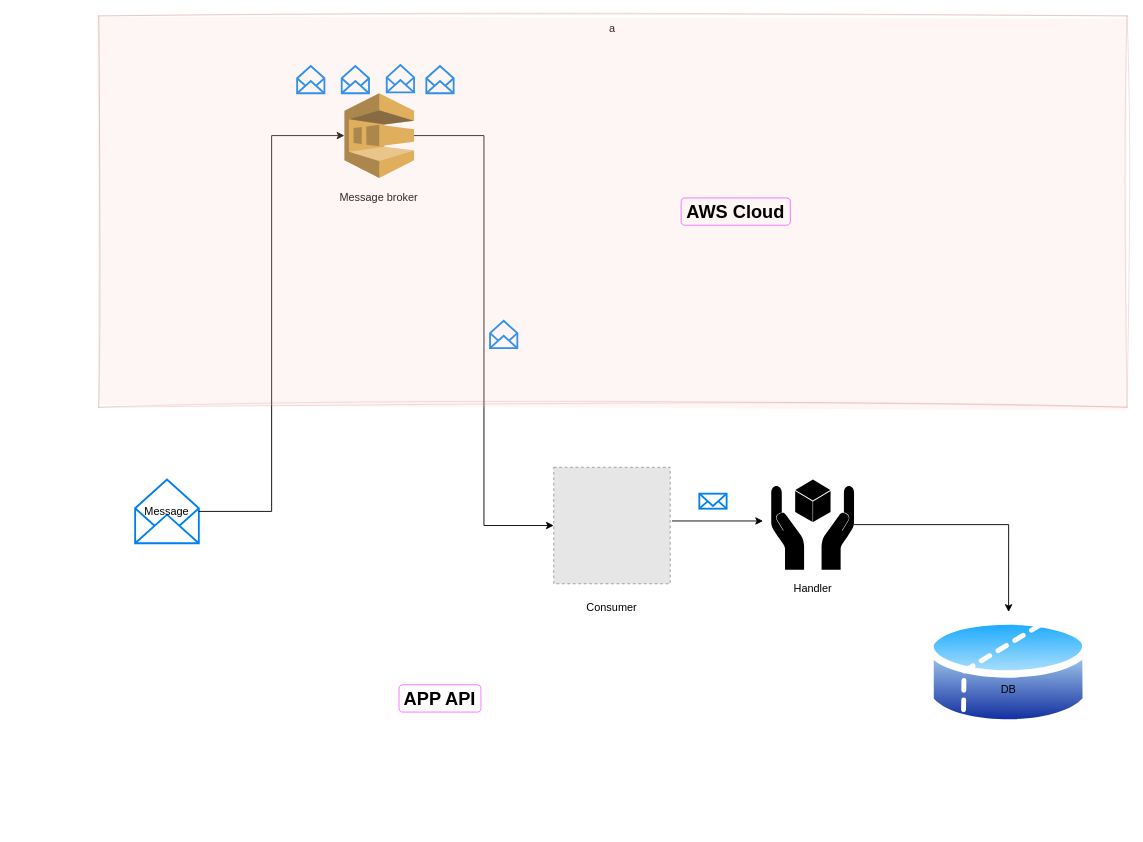
Before: Untitled Diagram.drawio in najmi9/acceleration-calculator, a draw.io diagram. Source tidied: cells renumbered, new cells numbered last; positions are measured from the earlier drawing's top-left corner, leaving out a move shared by most shapes. Both pictures are drawn from the tidied source at 91%, with x=0, y=0 at pixel (97, 15). Pictures stored in the file or linked from it are replaced by grey dashed boxes.
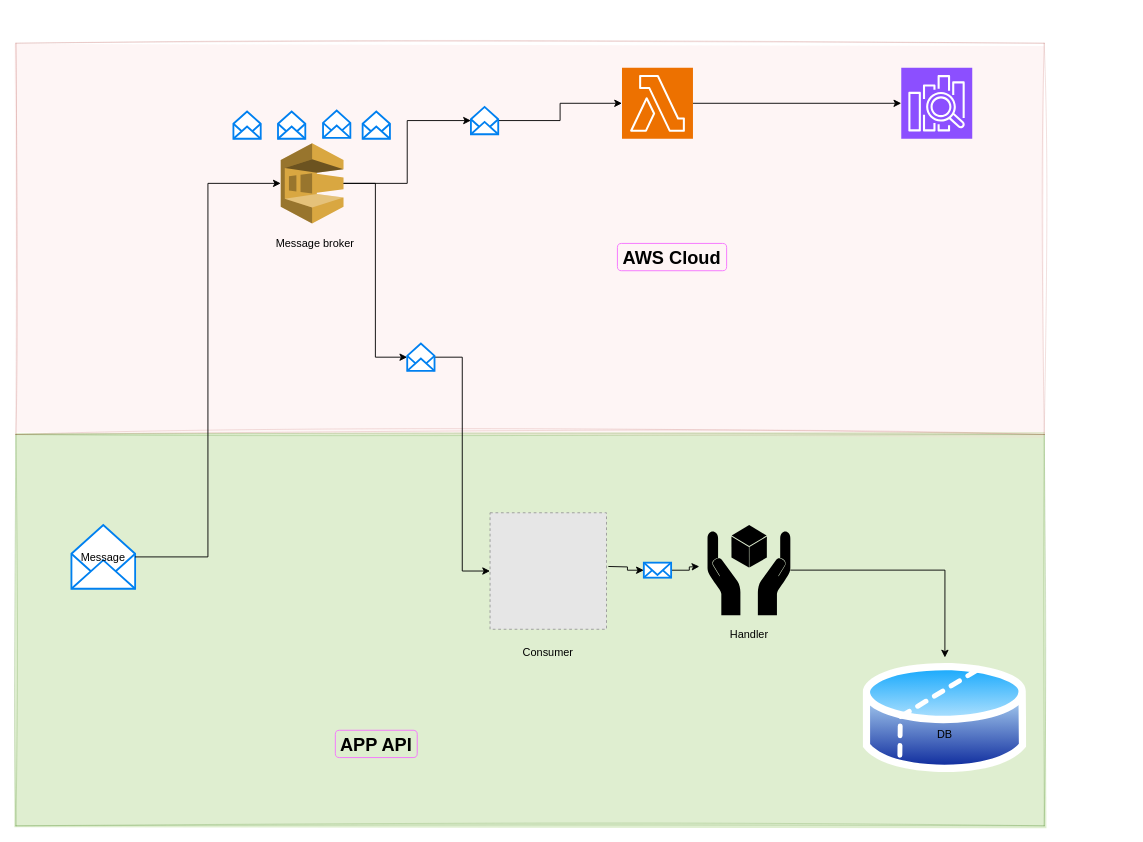
Above is the later version.

Diff of the diagram source:
```diff
@@
-    <mxCell id="2" value="a" style="group;" parent="1" vertex="1">
-      <mxGeometry width="1131" height="865" as="geometry" />
-    </mxCell>
+    <mxCell id="26" style="rounded=0;whiteSpace=wrap;html=1;fillColor=#60a917;shadow=0;glass=0;sketch=1;curveFitting=1;jiggle=2;fillStyle=solid;strokeColor=#2D7600;opacity=20;fontColor=#ffffff;" parent="1" vertex="1">
+      <mxGeometry x="-90" y="460" width="1130" height="430" as="geometry" />
+    </mxCell>
+    <mxCell id="23" style="rounded=0;whiteSpace=wrap;html=1;fillColor=#f8cecc;shadow=0;glass=0;sketch=1;curveFitting=1;jiggle=2;fillStyle=solid;strokeColor=#b85450;opacity=20;" parent="1" vertex="1">
+      <mxGeometry x="-90" y="30" width="1130" height="430" as="geometry" />
+    </mxCell>
-    <mxCell id="3" style="html=1;verticalLabelPosition=bottom;align=center;labelBackgroundColor=#ffffff;verticalAlign=top;strokeWidth=2;strokeColor=#0080F0;shadow=0;dashed=0;shape=mxgraph.ios7.icons.envelope_(empty);" parent="2" vertex="1">
-      <mxGeometry x="41" y="509.5" width="70" height="70" as="geometry" />
+    <mxCell id="3" style="html=1;verticalLabelPosition=bottom;align=center;labelBackgroundColor=#ffffff;verticalAlign=top;strokeWidth=2;strokeColor=#0080F0;shadow=0;dashed=0;shape=mxgraph.ios7.icons.envelope_(empty);" parent="1" vertex="1">
+      <mxGeometry x="-29" y="559.5" width="70" height="70" as="geometry" />
     </mxCell>
-    <mxCell id="4" style="outlineConnect=0;dashed=0;verticalLabelPosition=bottom;verticalAlign=top;align=center;html=1;shape=mxgraph.aws3.sqs;fillColor=#D9A741;gradientColor=none;" parent="2" vertex="1">
-      <mxGeometry x="271" y="85" width="76.5" height="93" as="geometry" />
+    <mxCell id="4" style="outlineConnect=0;dashed=0;verticalLabelPosition=bottom;verticalAlign=top;align=center;html=1;shape=mxgraph.aws3.sqs;fillColor=#D9A741;gradientColor=none;" parent="1" vertex="1">
+      <mxGeometry x="201" y="140" width="69" height="88" as="geometry" />
     </mxCell>
-    <mxCell id="5" value="Message&lt;br&gt;" style="text;strokeColor=none;align=center;fillColor=none;html=1;verticalAlign=middle;whiteSpace=wrap;rounded=0;" parent="2" vertex="1">
-      <mxGeometry x="46" y="530" width="60" height="30" as="geometry" />
+    <mxCell id="5" value="Message&lt;br&gt;" style="text;strokeColor=none;align=center;fillColor=none;html=1;verticalAlign=middle;whiteSpace=wrap;rounded=0;" parent="1" vertex="1">
+      <mxGeometry x="-24" y="580" width="60" height="30" as="geometry" />
     </mxCell>
-    <mxCell id="6" style="edgeStyle=orthogonalEdgeStyle;rounded=0;jettySize=auto;html=1;entryX=0;entryY=0.5;entryDx=0;entryDy=0;entryPerimeter=0;" parent="2" edge="1" source="3" target="4">
+    <mxCell id="6" style="edgeStyle=orthogonalEdgeStyle;rounded=0;jettySize=auto;html=1;entryX=0;entryY=0.5;entryDx=0;entryDy=0;entryPerimeter=0;" parent="1" edge="1" source="3" target="4">
       <mxGeometry relative="1" as="geometry" />
     </mxCell>
-    <mxCell id="7" style="shape=mxgraph.signs.safety.handle_with_care;html=1;fillColor=#000000;strokeColor=none;verticalLabelPosition=bottom;verticalAlign=top;align=center;" parent="2" vertex="1">
-      <mxGeometry x="740" y="509.5" width="91" height="99" as="geometry" />
+    <mxCell id="7" style="shape=mxgraph.signs.safety.handle_with_care;html=1;fillColor=#000000;strokeColor=none;verticalLabelPosition=bottom;verticalAlign=top;align=center;" parent="1" vertex="1">
+      <mxGeometry x="670" y="559.5" width="91" height="99" as="geometry" />
     </mxCell>
-    <mxCell id="8" value="Handler&lt;br&gt;" style="text;strokeColor=none;align=center;fillColor=none;html=1;verticalAlign=middle;whiteSpace=wrap;rounded=0;" parent="2" vertex="1">
-      <mxGeometry x="755.5" y="615" width="60" height="30" as="geometry" />
+    <mxCell id="8" value="Handler&lt;br&gt;" style="text;strokeColor=none;align=center;fillColor=none;html=1;verticalAlign=middle;whiteSpace=wrap;rounded=0;" parent="1" vertex="1">
+      <mxGeometry x="685.5" y="665" width="60" height="30" as="geometry" />
     </mxCell>
-    <mxCell id="9" value="Consumer&lt;br&gt;" style="text;strokeColor=none;align=center;fillColor=none;html=1;verticalAlign=middle;whiteSpace=wrap;rounded=0;" parent="2" vertex="1">
-      <mxGeometry x="535" y="635" width="60" height="30" as="geometry" />
+    <mxCell id="9" value="Consumer&lt;br&gt;" style="text;strokeColor=none;align=center;fillColor=none;html=1;verticalAlign=middle;whiteSpace=wrap;rounded=0;" parent="1" vertex="1">
+      <mxGeometry x="465" y="685" width="60" height="30" as="geometry" />
     </mxCell>
-    <mxCell id="10" style="image;perimeter=ellipsePerimeter;html=1;align=center;shadow=0;dashed=0;spacingTop=3;image=img/lib/active_directory/database_partition_2.svg;" parent="2" vertex="1">
-      <mxGeometry x="911" y="655" width="179.7" height="133" as="geometry" />
+    <mxCell id="10" style="image;perimeter=ellipsePerimeter;html=1;align=center;shadow=0;dashed=0;spacingTop=3;image=img/lib/active_directory/database_partition_2.svg;" parent="1" vertex="1">
+      <mxGeometry x="841" y="705" width="179.7" height="133" as="geometry" />
     </mxCell>
-    <mxCell id="11" style="edgeStyle=orthogonalEdgeStyle;rounded=0;jettySize=auto;html=1;" parent="2" edge="1" source="7" target="10">
+    <mxCell id="11" style="edgeStyle=orthogonalEdgeStyle;rounded=0;jettySize=auto;html=1;" parent="1" edge="1" source="7" target="10">
       <mxGeometry relative="1" as="geometry" />
     </mxCell>
-    <mxCell id="12" value="DB" style="text;strokeColor=none;align=center;fillColor=none;html=1;verticalAlign=middle;whiteSpace=wrap;rounded=0;" parent="2" vertex="1">
-      <mxGeometry x="970.9" y="725" width="60" height="30" as="geometry" />
+    <mxCell id="12" value="DB" style="text;strokeColor=none;align=center;fillColor=none;html=1;verticalAlign=middle;whiteSpace=wrap;rounded=0;" parent="1" vertex="1">
+      <mxGeometry x="900.9" y="775" width="60" height="30" as="geometry" />
     </mxCell>
-    <mxCell id="13" style="fillColor=#E6E6E6;strokeColor=#999999;dashed=1;html=1;verticalAlign=top;verticalLabelPosition=bottom;labelBackgroundColor=#ffffff;" parent="2" vertex="1">
-      <mxGeometry x="501" y="496" width="128" height="128" as="geometry" />
+    <mxCell id="13" style="fillColor=#E6E6E6;strokeColor=#999999;dashed=1;html=1;verticalAlign=top;verticalLabelPosition=bottom;labelBackgroundColor=#ffffff;" parent="1" vertex="1">
+      <mxGeometry x="431" y="546" width="128" height="128" as="geometry" />
     </mxCell>
-    <mxCell id="14" style="edgeStyle=orthogonalEdgeStyle;rounded=0;jettySize=auto;html=1;entryX=0;entryY=0.5;entryDx=0;entryDy=0;" parent="2" edge="1" source="4" target="13">
+    <mxCell id="14" style="edgeStyle=orthogonalEdgeStyle;rounded=0;jettySize=auto;html=1;entryX=0;entryY=0.5;entryDx=0;entryDy=0;" parent="1" edge="1" source="21" target="13">
       <mxGeometry relative="1" as="geometry" />
     </mxCell>
-    <mxCell id="15" style="edgeStyle=orthogonalEdgeStyle;rounded=0;orthogonalLoop=1;jettySize=auto;html=1;" parent="2" edge="1">
+    <mxCell id="15" style="edgeStyle=orthogonalEdgeStyle;rounded=0;jettySize=auto;html=1;" parent="1" edge="1" source="22">
       <mxGeometry relative="1" as="geometry">
-        <mxPoint x="631" y="555" as="sourcePoint" />
-        <mxPoint x="731" y="555" as="targetPoint" />
+        <mxPoint x="661" y="605" as="targetPoint" />
       </mxGeometry>
     </mxCell>
-    <mxCell id="16" value="Message broker&lt;br&gt;" style="text;strokeColor=none;align=center;fillColor=none;html=1;verticalAlign=middle;whiteSpace=wrap;rounded=0;" parent="2" vertex="1">
-      <mxGeometry x="264.2" y="185" width="90" height="30" as="geometry" />
+    <mxCell id="16" value="Message broker&lt;br&gt;" style="text;strokeColor=none;align=center;fillColor=none;html=1;verticalAlign=middle;whiteSpace=wrap;rounded=0;" parent="1" vertex="1">
+      <mxGeometry x="194.2" y="235" width="90" height="30" as="geometry" />
     </mxCell>
-    <mxCell id="17" style="html=1;verticalLabelPosition=bottom;align=center;labelBackgroundColor=#ffffff;verticalAlign=top;strokeWidth=2;strokeColor=#0080F0;shadow=0;dashed=0;shape=mxgraph.ios7.icons.envelope_(empty);" parent="2" vertex="1">
-      <mxGeometry x="219" y="55" width="30" height="30" as="geometry" />
+    <mxCell id="17" style="html=1;verticalLabelPosition=bottom;align=center;labelBackgroundColor=#ffffff;verticalAlign=top;strokeWidth=2;strokeColor=#0080F0;shadow=0;dashed=0;shape=mxgraph.ios7.icons.envelope_(empty);" parent="1" vertex="1">
+      <mxGeometry x="149" y="105" width="30" height="30" as="geometry" />
     </mxCell>
-    <mxCell id="18" style="html=1;verticalLabelPosition=bottom;align=center;labelBackgroundColor=#ffffff;verticalAlign=top;strokeWidth=2;strokeColor=#0080F0;shadow=0;dashed=0;shape=mxgraph.ios7.icons.envelope_(empty);" parent="2" vertex="1">
-      <mxGeometry x="268" y="55" width="30" height="30" as="geometry" />
+    <mxCell id="18" style="html=1;verticalLabelPosition=bottom;align=center;labelBackgroundColor=#ffffff;verticalAlign=top;strokeWidth=2;strokeColor=#0080F0;shadow=0;dashed=0;shape=mxgraph.ios7.icons.envelope_(empty);" parent="1" vertex="1">
+      <mxGeometry x="198" y="105" width="30" height="30" as="geometry" />
     </mxCell>
-    <mxCell id="19" style="html=1;verticalLabelPosition=bottom;align=center;labelBackgroundColor=#ffffff;verticalAlign=top;strokeWidth=2;strokeColor=#0080F0;shadow=0;dashed=0;shape=mxgraph.ios7.icons.envelope_(empty);" parent="2" vertex="1">
-      <mxGeometry x="317.5" y="54" width="30" height="30" as="geometry" />
+    <mxCell id="19" style="html=1;verticalLabelPosition=bottom;align=center;labelBackgroundColor=#ffffff;verticalAlign=top;strokeWidth=2;strokeColor=#0080F0;shadow=0;dashed=0;shape=mxgraph.ios7.icons.envelope_(empty);" parent="1" vertex="1">
+      <mxGeometry x="247.5" y="104" width="30" height="30" as="geometry" />
     </mxCell>
-    <mxCell id="20" style="html=1;verticalLabelPosition=bottom;align=center;labelBackgroundColor=#ffffff;verticalAlign=top;strokeWidth=2;strokeColor=#0080F0;shadow=0;dashed=0;shape=mxgraph.ios7.icons.envelope_(empty);" parent="2" vertex="1">
-      <mxGeometry x="361" y="55" width="30" height="30" as="geometry" />
+    <mxCell id="20" style="html=1;verticalLabelPosition=bottom;align=center;labelBackgroundColor=#ffffff;verticalAlign=top;strokeWidth=2;strokeColor=#0080F0;shadow=0;dashed=0;shape=mxgraph.ios7.icons.envelope_(empty);" parent="1" vertex="1">
+      <mxGeometry x="291" y="105" width="30" height="30" as="geometry" />
     </mxCell>
-    <mxCell id="21" style="html=1;verticalLabelPosition=bottom;align=center;labelBackgroundColor=#ffffff;verticalAlign=top;strokeWidth=2;strokeColor=#0080F0;shadow=0;dashed=0;shape=mxgraph.ios7.icons.envelope_(empty);" parent="2" vertex="1">
-      <mxGeometry x="431" y="335" width="30" height="30" as="geometry" />
-    </mxCell>
-    <mxCell id="22" style="html=1;verticalLabelPosition=bottom;align=center;labelBackgroundColor=#ffffff;verticalAlign=top;strokeWidth=2;strokeColor=#0080F0;shadow=0;dashed=0;shape=mxgraph.ios7.icons.mail;" parent="2" vertex="1">
-      <mxGeometry x="661" y="525" width="30" height="16.5" as="geometry" />
-    </mxCell>
-    <mxCell id="23" style="rounded=0;whiteSpace=wrap;html=1;fillColor=#f8cecc;shadow=0;glass=0;sketch=1;curveFitting=1;jiggle=2;fillStyle=solid;strokeColor=#b85450;opacity=20;" parent="2" vertex="1">
-      <mxGeometry x="1" width="1130" height="430" as="geometry" />
-    </mxCell>
-    <mxCell id="24" value="APP API&lt;br style=&quot;font-size: 20px;&quot;&gt;" style="text;strokeColor=#F570FF;align=center;fillColor=none;html=1;verticalAlign=middle;whiteSpace=wrap;rounded=1;strokeWidth=1;perimeterSpacing=10;fontStyle=1;fontSize=20;" parent="2" vertex="1">
-      <mxGeometry x="331" y="735" width="90" height="30" as="geometry" />
+    <mxCell id="24" value="APP API&lt;br style=&quot;font-size: 20px;&quot;&gt;" style="text;strokeColor=#F570FF;align=center;fillColor=none;html=1;verticalAlign=middle;whiteSpace=wrap;rounded=1;strokeWidth=1;perimeterSpacing=10;fontStyle=1;fontSize=20;" parent="1" vertex="1">
+      <mxGeometry x="261" y="785" width="90" height="30" as="geometry" />
     </mxCell>
-    <mxCell id="25" value="AWS Cloud" style="text;strokeColor=#F570FF;align=center;fillColor=none;html=1;verticalAlign=middle;whiteSpace=wrap;rounded=1;strokeWidth=1;perimeterSpacing=10;fontStyle=1;fontSize=20;" parent="2" vertex="1">
-      <mxGeometry x="641" y="200" width="120" height="30" as="geometry" />
+    <mxCell id="25" value="AWS Cloud" style="text;strokeColor=#F570FF;align=center;fillColor=none;html=1;verticalAlign=middle;whiteSpace=wrap;rounded=1;strokeWidth=1;perimeterSpacing=10;fontStyle=1;fontSize=20;" parent="1" vertex="1">
+      <mxGeometry x="571" y="250" width="120" height="30" as="geometry" />
     </mxCell>
+    <mxCell id="27" style="edgeStyle=orthogonalEdgeStyle;rounded=0;jettySize=auto;html=1;" parent="1" edge="1" source="28" target="29">
+      <mxGeometry relative="1" as="geometry" />
+    </mxCell>
+    <mxCell id="28" style="sketch=0;points=[[0,0,0],[0.25,0,0],[0.5,0,0],[0.75,0,0],[1,0,0],[0,1,0],[0.25,1,0],[0.5,1,0],[0.75,1,0],[1,1,0],[0,0.25,0],[0,0.5,0],[0,0.75,0],[1,0.25,0],[1,0.5,0],[1,0.75,0]];outlineConnect=0;fontColor=#232F3E;fillColor=#ED7100;strokeColor=#ffffff;dashed=0;verticalLabelPosition=bottom;verticalAlign=top;align=center;html=1;fontSize=12;fontStyle=0;shape=mxgraph.aws4.resourceIcon;resIcon=mxgraph.aws4.lambda;" parent="1" vertex="1">
+      <mxGeometry x="576" y="57" width="78" height="78" as="geometry" />
+    </mxCell>
+    <mxCell id="29" style="sketch=0;points=[[0,0,0],[0.25,0,0],[0.5,0,0],[0.75,0,0],[1,0,0],[0,1,0],[0.25,1,0],[0.5,1,0],[0.75,1,0],[1,1,0],[0,0.25,0],[0,0.5,0],[0,0.75,0],[1,0.25,0],[1,0.5,0],[1,0.75,0]];outlineConnect=0;fontColor=#232F3E;fillColor=#8C4FFF;strokeColor=#ffffff;dashed=0;verticalLabelPosition=bottom;verticalAlign=top;align=center;html=1;fontSize=12;fontStyle=0;shape=mxgraph.aws4.resourceIcon;resIcon=mxgraph.aws4.elasticsearch_service;" parent="1" vertex="1">
+      <mxGeometry x="882.9" y="57" width="78" height="78" as="geometry" />
+    </mxCell>
+    <mxCell id="30" style="edgeStyle=orthogonalEdgeStyle;rounded=0;jettySize=auto;html=1;entryX=0;entryY=0.5;entryDx=0;entryDy=0;entryPerimeter=0;" parent="1" edge="1" source="32" target="28">
+      <mxGeometry relative="1" as="geometry" />
+    </mxCell>
+    <mxCell id="31" style="edgeStyle=orthogonalEdgeStyle;rounded=0;jettySize=auto;html=1;entryX=0;entryY=0.5;entryDx=0;entryDy=0;entryPerimeter=0;" parent="1" edge="1" source="4" target="32">
+      <mxGeometry relative="1" as="geometry" />
+    </mxCell>
+    <mxCell id="32" style="html=1;verticalLabelPosition=bottom;align=center;labelBackgroundColor=#ffffff;verticalAlign=top;strokeWidth=2;strokeColor=#0080F0;shadow=0;dashed=0;shape=mxgraph.ios7.icons.envelope_(empty);" parent="1" vertex="1">
+      <mxGeometry x="410" y="100" width="30" height="30" as="geometry" />
+    </mxCell>
+    <mxCell id="33" style="edgeStyle=orthogonalEdgeStyle;rounded=0;jettySize=auto;html=1;entryX=0;entryY=0.5;entryDx=0;entryDy=0;" parent="1" edge="1" source="4" target="21">
+      <mxGeometry relative="1" as="geometry" />
+    </mxCell>
+    <mxCell id="21" style="html=1;verticalLabelPosition=bottom;align=center;labelBackgroundColor=#ffffff;verticalAlign=top;strokeWidth=2;strokeColor=#0080F0;shadow=0;dashed=0;shape=mxgraph.ios7.icons.envelope_(empty);" parent="1" vertex="1">
+      <mxGeometry x="340" y="360" width="30" height="30" as="geometry" />
+    </mxCell>
+    <mxCell id="34" style="edgeStyle=orthogonalEdgeStyle;rounded=0;jettySize=auto;html=1;" parent="1" edge="1" target="22">
+      <mxGeometry relative="1" as="geometry">
+        <mxPoint x="561" y="605" as="sourcePoint" />
+      </mxGeometry>
+    </mxCell>
+    <mxCell id="22" style="html=1;verticalLabelPosition=bottom;align=center;labelBackgroundColor=#ffffff;verticalAlign=top;strokeWidth=2;strokeColor=#0080F0;shadow=0;dashed=0;shape=mxgraph.ios7.icons.mail;" parent="1" vertex="1">
+      <mxGeometry x="600" y="600.8" width="30" height="16.5" as="geometry" />
+    </mxCell>
```
